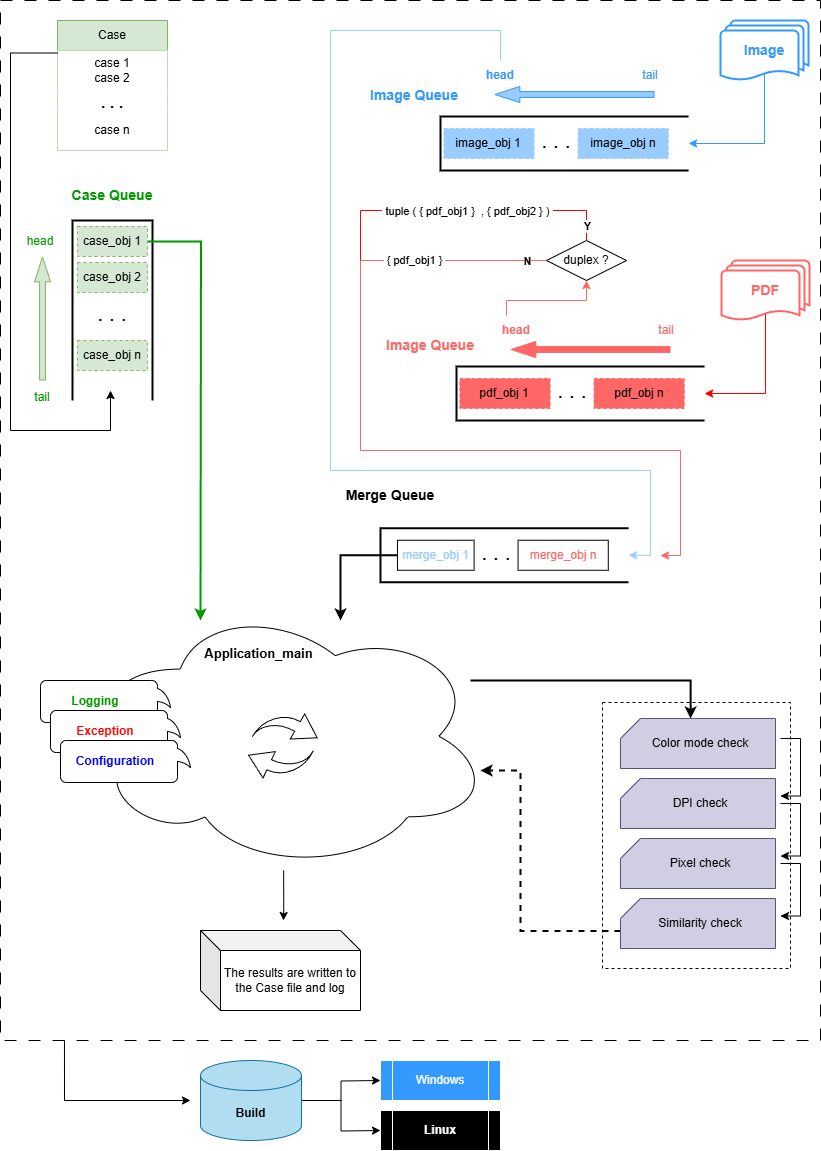
This is Hannto.drawio.png from M3Darren/Draw.io, a draw.io export, as it was before one commit. Source tidied: cells renumbered, new cells last; positions are measured from the earlier drawing's top-left corner, leaving out a move shared by most shapes.
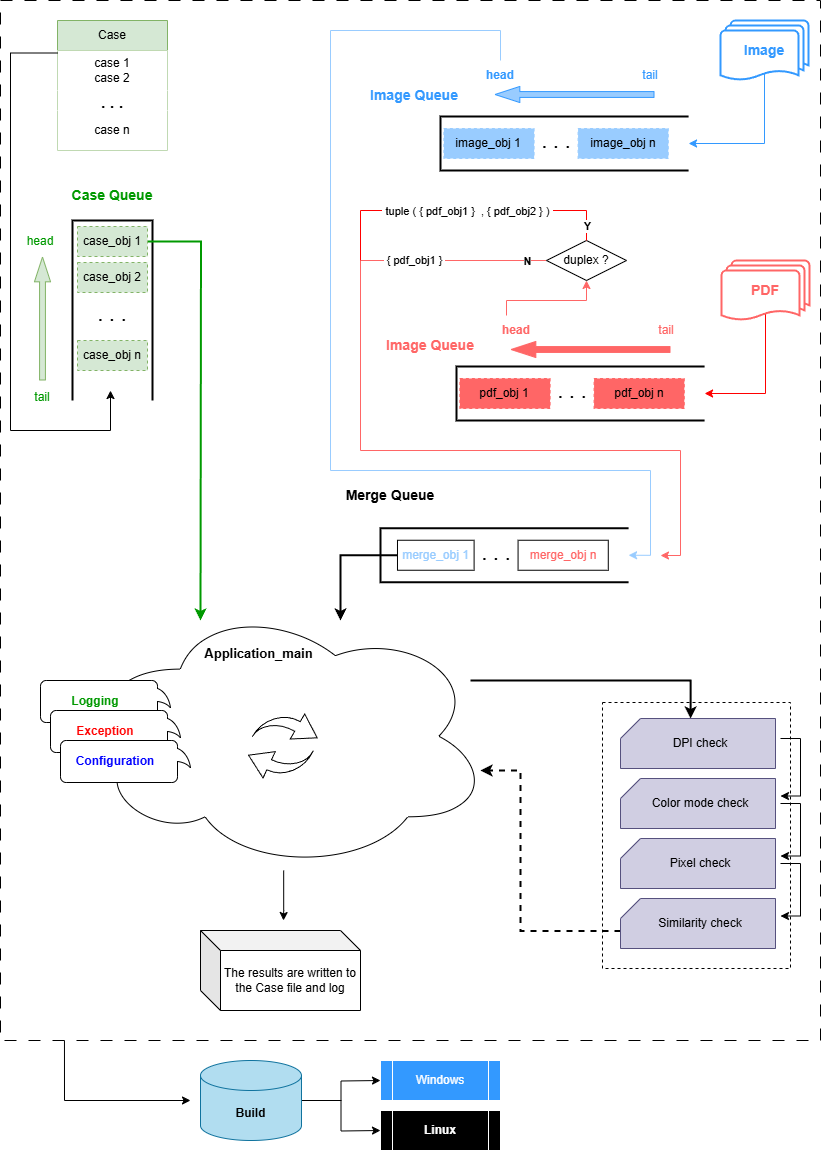
Later version of the same file.

Change to the diagram source:
```diff
@@ -283,7 +283,7 @@
     <mxCell id="71" style="verticalLabelPosition=bottom;verticalAlign=top;html=1;shape=card;whiteSpace=wrap;size=20;arcSize=12;fillColor=#d0cee2;strokeColor=#56517e;" parent="70" vertex="1">
       <mxGeometry width="155" height="50" as="geometry" />
     </mxCell>
-    <mxCell id="72" value="Color mode check" style="text;html=1;align=center;verticalAlign=middle;whiteSpace=wrap;rounded=0;fillColor=none;" parent="70" vertex="1">
+    <mxCell id="72" value="DPI check" style="text;html=1;align=center;verticalAlign=middle;whiteSpace=wrap;rounded=0;fillColor=none;" parent="70" vertex="1">
       <mxGeometry y="10" width="160" height="30" as="geometry" />
     </mxCell>
     <mxCell id="73" style="group;" parent="68" vertex="1">
@@ -292,7 +292,7 @@
     <mxCell id="74" style="verticalLabelPosition=bottom;verticalAlign=top;html=1;shape=card;whiteSpace=wrap;size=20;arcSize=12;fillColor=#d0cee2;strokeColor=#56517e;" parent="73" vertex="1">
       <mxGeometry width="155" height="50" as="geometry" />
     </mxCell>
-    <mxCell id="75" value="DPI check" style="text;html=1;align=center;verticalAlign=middle;whiteSpace=wrap;rounded=0;fillColor=none;" parent="73" vertex="1">
+    <mxCell id="75" value="Color mode check" style="text;html=1;align=center;verticalAlign=middle;whiteSpace=wrap;rounded=0;fillColor=none;" parent="73" vertex="1">
       <mxGeometry y="10" width="160" height="30" as="geometry" />
     </mxCell>
     <mxCell id="76" style="group;" parent="68" vertex="1">
```
